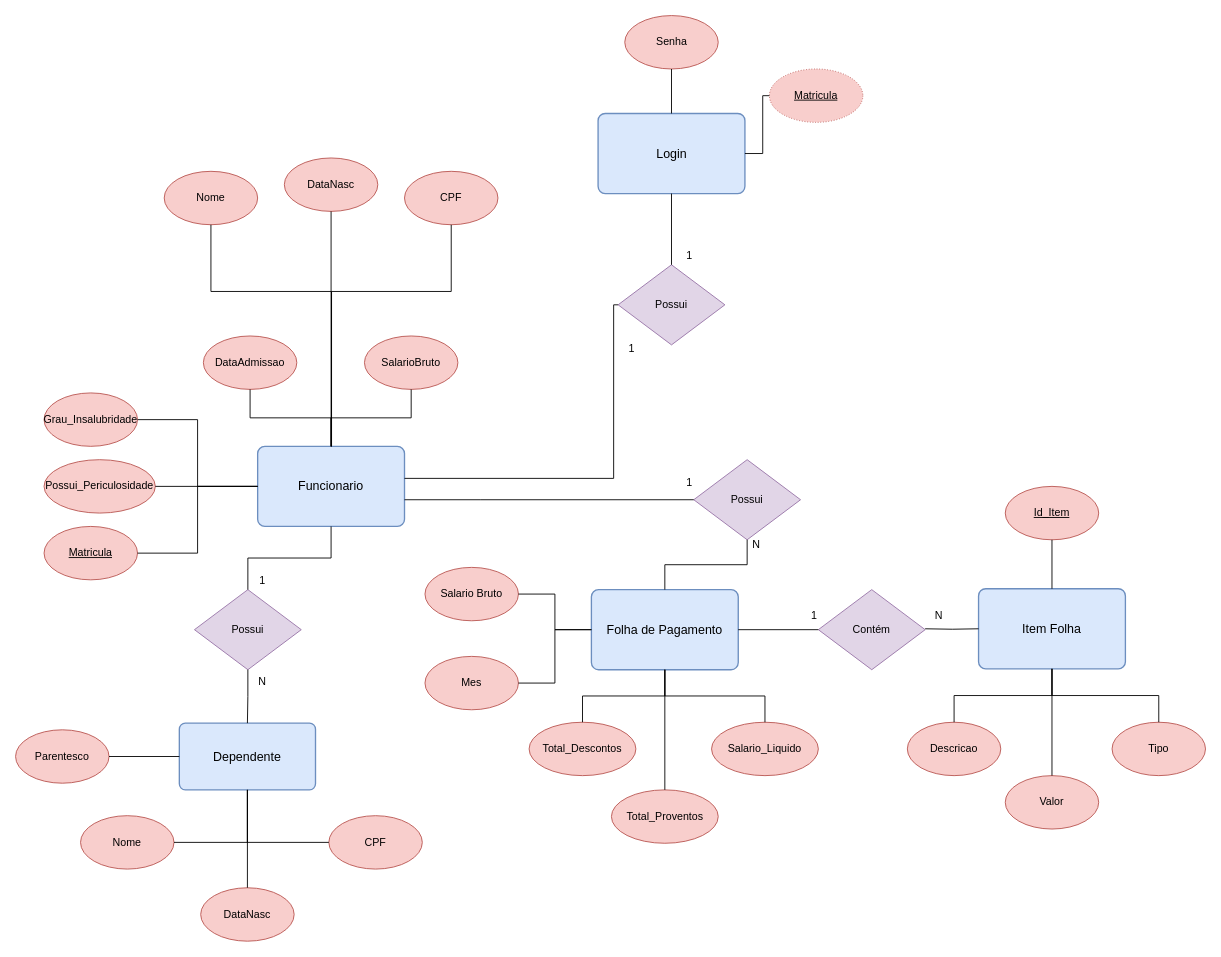
Above: Sprints/Sprint-2/BancoDeDadosDocs/ModeloConceitual.drawio.xml in pm-puc-minas/calculo-folha-pagamento-lab1-grupo2 (draw.io), before the change. Source tidied: cells renumbered, new cells numbered last; positions are measured from the earlier drawing's top-left corner, leaving out a move shared by most shapes. Both pictures are drawn from the tidied source at 89%, with x=0, y=0 at pixel (15, 15).
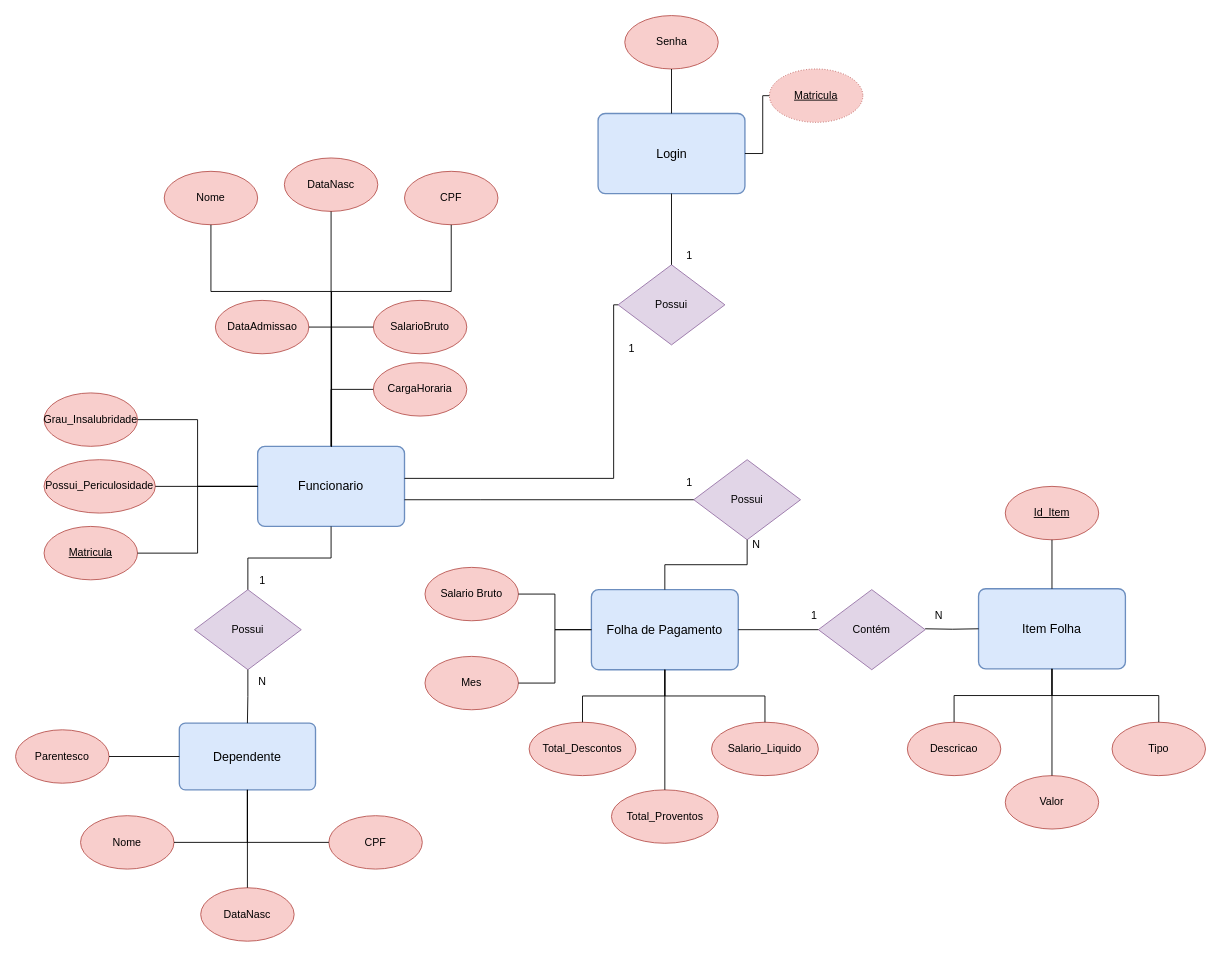
The same diagram, later.

Commit message:
Add "Carga Horaria" na Entidade Funcionario (XML)

The change refers to these unchanged cells:
```xml
<mxCell id="2" value="Funcionario" style="html=1;whiteSpace=wrap;fontSize=14;fontColor=default;strokeOpacity=100;fillOpacity=100;rounded=1;arcSize=9;fillColor=#dae8fc;strokeWidth=1.5;strokeColor=#6c8ebf;" parent="1" vertex="1">
  <mxGeometry x="272" y="484" width="165" height="90" as="geometry" />
</mxCell>
```

What changed in the source:
```diff
@@
     <mxCell id="3" value="SalarioBruto" style="ellipse;whiteSpace=wrap;html=1;fontSize=12;fillColor=#f8cecc;strokeColor=#b85450;" parent="1" vertex="1">
-      <mxGeometry x="392" y="360" width="105" height="60" as="geometry" />
+      <mxGeometry x="402" y="320" width="105" height="60" as="geometry" />
     </mxCell>
     <mxCell id="4" value="DataAdmissao" style="ellipse;whiteSpace=wrap;html=1;fontSize=12;fillColor=#f8cecc;strokeColor=#b85450;" parent="1" vertex="1">
-      <mxGeometry x="211" y="360" width="105" height="60" as="geometry" />
+      <mxGeometry x="224.5" y="320" width="105" height="60" as="geometry" />
     </mxCell>
@@
     <mxCell id="7" style="edgeStyle=orthogonalEdgeStyle;rounded=0;jettySize=auto;html=1;endArrow=none;endFill=0;strokeWidth=1;" parent="1" edge="1" source="3" target="2">
-      <mxGeometry relative="1" as="geometry" />
+      <mxGeometry relative="1" as="geometry">
+        <Array as="points">
+          <mxPoint x="355" y="350" />
+        </Array>
+      </mxGeometry>
     </mxCell>
     <mxCell id="8" style="edgeStyle=orthogonalEdgeStyle;rounded=0;jettySize=auto;html=1;endArrow=none;endFill=0;strokeWidth=1;" parent="1" edge="1" source="4" target="2">
-      <mxGeometry relative="1" as="geometry" />
+      <mxGeometry relative="1" as="geometry">
+        <Array as="points">
+          <mxPoint x="355" y="350" />
+        </Array>
+      </mxGeometry>
     </mxCell>
@@
+    <mxCell id="73" value="CargaHoraria" style="ellipse;whiteSpace=wrap;html=1;fontSize=12;fillColor=#f8cecc;strokeColor=#b85450;" parent="1" vertex="1">
+      <mxGeometry x="402" y="390" width="105" height="60" as="geometry" />
+    </mxCell>
+    <mxCell id="74" style="edgeStyle=orthogonalEdgeStyle;rounded=0;jettySize=auto;html=1;endArrow=none;endFill=0;strokeWidth=1;entryX=0.5;entryY=0;entryDx=0;entryDy=0;exitX=0;exitY=0.5;exitDx=0;exitDy=0;" parent="1" edge="1" source="73" target="2">
+      <mxGeometry relative="1" as="geometry" />
+    </mxCell>
```
